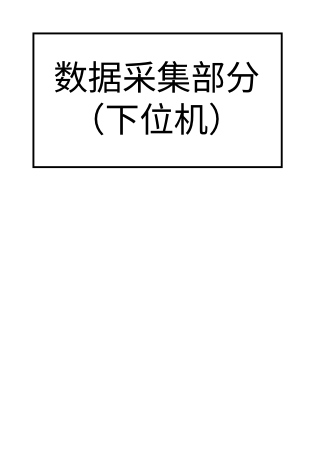
Before: 风力发电机SCADA系统数据传输方式 1.drawio in Abccccd/-2, a draw.io diagram. Source tidied: cells renumbered, new cells numbered last; positions are measured from the earlier drawing's top-left corner, leaving out a move shared by most shapes. Both pictures are drawn from the tidied source at 191%, with x=0, y=0 at pixel (32, 32).
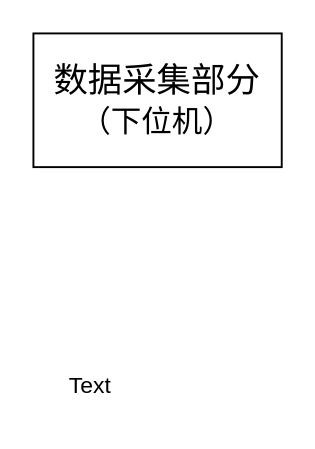
The same diagram, later.

Commit message (it also covers changes not shown here):
更新风力发电机SCADA系统数据传输方式 1.drawio

The edit, as a diff of the source:
```diff
@@
 <mxGraphModel>
   <root>
     <mxCell id="0" />
     <mxCell id="1" parent="0" />
-    <mxCell id="2" value="&lt;span style=&quot;font-family: 宋体;&quot;&gt;&lt;font style=&quot;font-size: 18px;&quot;&gt;数据采集部分&lt;/font&gt;&lt;/span&gt;&lt;div&gt;&lt;span style=&quot;font-family: 宋体;&quot;&gt;&lt;font style=&quot;font-size: 18px;&quot;&gt;（下位机）&lt;/font&gt;&lt;/span&gt;&lt;/div&gt;" style="rounded=0;whiteSpace=wrap;html=1;" parent="1" vertex="1">
+    <mxCell id="2" value="&lt;font face=&quot;SimSun&quot; style=&quot;font-size: 18px;&quot;&gt;数据采集部分&lt;/font&gt;&lt;div&gt;&lt;font size=&quot;3&quot; face=&quot;SimSun&quot; style=&quot;&quot;&gt;（下位机）&lt;/font&gt;&lt;/div&gt;" style="rounded=0;whiteSpace=wrap;html=1;" parent="1" vertex="1">
       <mxGeometry width="130" height="70" as="geometry" />
     </mxCell>
+    <mxCell id="3" value="Text" style="text;html=1;align=center;verticalAlign=middle;whiteSpace=wrap;rounded=0;" parent="1" vertex="1">
+      <mxGeometry y="170" width="60" height="30" as="geometry" />
+    </mxCell>
   </root>
 </mxGraphModel>
```
